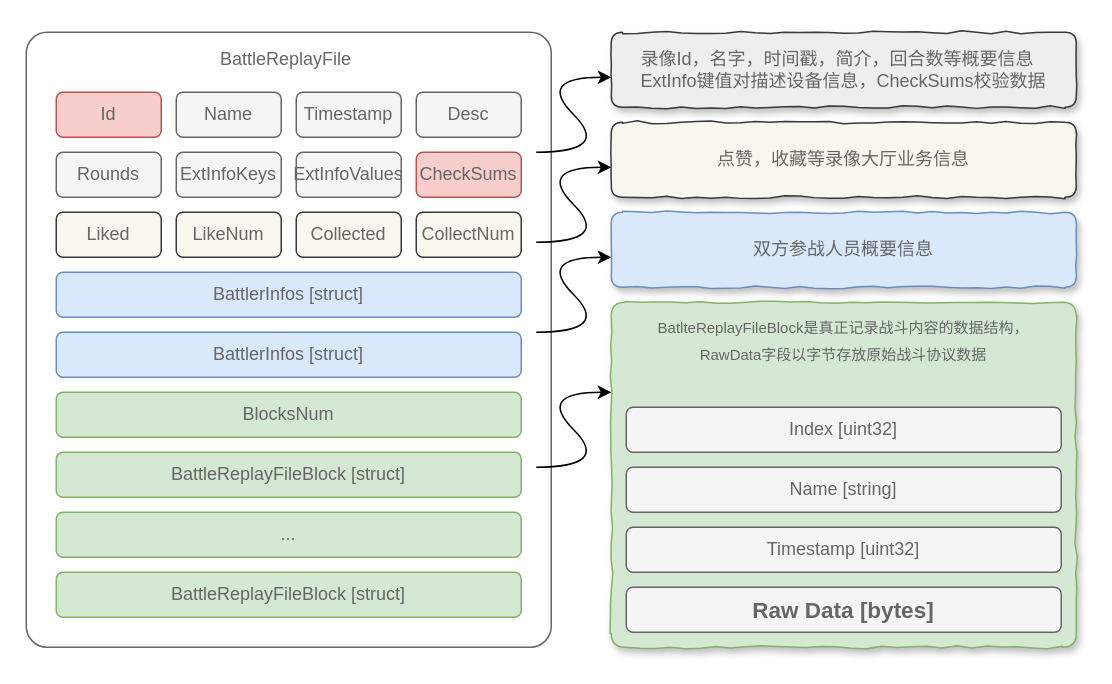
Above: ppt战斗录像文件解析.drawio in leoin2012/draw.io.files (draw.io), before the change. Source tidied: cells renumbered, new cells numbered last; positions are measured from the earlier drawing's top-left corner, leaving out a move shared by most shapes. Both pictures are drawn from the tidied source at 150%, with x=0, y=0 at pixel (26, 32).
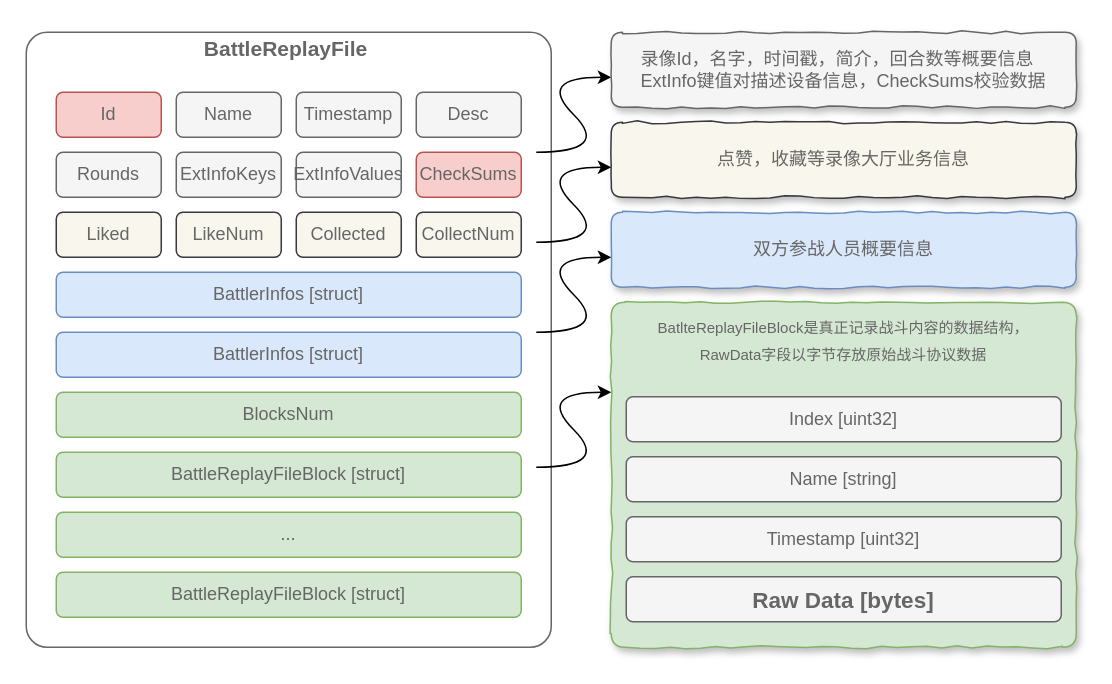
Above is the later version.

Commit message (it also covers changes not shown here):
更新ppt战斗录像文件解析.drawio

Change to the diagram source:
```diff
@@
-    <mxCell id="2" value="&lt;font color=&quot;#666666&quot;&gt;BattleReplayFile&amp;nbsp;&lt;br&gt;&lt;br&gt;&lt;br&gt;&lt;br&gt;&lt;br&gt;&lt;br&gt;&lt;br&gt;&lt;br&gt;&lt;br&gt;&lt;br&gt;&lt;br&gt;&lt;br&gt;&lt;br&gt;&lt;br&gt;&lt;br&gt;&lt;br&gt;&lt;br&gt;&lt;br&gt;&lt;br&gt;&lt;br&gt;&lt;br&gt;&lt;br&gt;&lt;br&gt;&lt;br&gt;&lt;br&gt;&lt;br&gt;&lt;br&gt;&lt;/font&gt;" style="rounded=1;whiteSpace=wrap;html=1;arcSize=4;fillColor=none;strokeColor=#666666;fontColor=#333333;" parent="1" vertex="1">
+    <mxCell id="2" value="&lt;font color=&quot;#666666&quot;&gt;&lt;b&gt;&lt;font style=&quot;font-size: 14px&quot;&gt;BattleReplayFile&lt;/font&gt;&lt;/b&gt;&amp;nbsp;&lt;br&gt;&lt;br&gt;&lt;br&gt;&lt;br&gt;&lt;br&gt;&lt;br&gt;&lt;br&gt;&lt;br&gt;&lt;br&gt;&lt;br&gt;&lt;br&gt;&lt;br&gt;&lt;br&gt;&lt;br&gt;&lt;br&gt;&lt;br&gt;&lt;br&gt;&lt;br&gt;&lt;br&gt;&lt;br&gt;&lt;br&gt;&lt;br&gt;&lt;br&gt;&lt;br&gt;&lt;br&gt;&lt;br&gt;&lt;br&gt;&lt;br&gt;&lt;/font&gt;" style="rounded=1;whiteSpace=wrap;html=1;arcSize=4;fillColor=none;strokeColor=#666666;fontColor=#333333;" parent="1" vertex="1">
       <mxGeometry width="350" height="410" as="geometry" />
     </mxCell>
@@
-    <mxCell id="15" value="&lt;div style=&quot;text-align: left&quot;&gt;&lt;span style=&quot;color: rgb(102 , 102 , 102)&quot;&gt;录像Id，名字，时间戳，简介，回合数等概要信息&lt;/span&gt;&lt;/div&gt;&lt;font color=&quot;#666666&quot;&gt;&lt;div style=&quot;text-align: left&quot;&gt;&lt;span&gt;ExtInfo键值对描述设备信息，CheckSums校验数据&lt;/span&gt;&lt;/div&gt;&lt;/font&gt;" style="text;html=1;align=center;verticalAlign=middle;whiteSpace=wrap;rounded=1;shadow=1;comic=1;glass=0;fillColor=#eeeeee;strokeColor=#36393d;" parent="1" vertex="1">
+    <mxCell id="15" value="&lt;div style=&quot;text-align: left&quot;&gt;&lt;span style=&quot;color: rgb(102 , 102 , 102)&quot;&gt;录像Id，名字，时间戳，简介，回合数等概要信息&lt;/span&gt;&lt;/div&gt;&lt;font color=&quot;#666666&quot;&gt;&lt;div style=&quot;text-align: left&quot;&gt;&lt;span&gt;ExtInfo键值对描述设备信息，CheckSums校验数据&lt;/span&gt;&lt;/div&gt;&lt;/font&gt;" style="text;html=1;align=center;verticalAlign=middle;whiteSpace=wrap;rounded=1;shadow=1;comic=1;glass=0;fillColor=#f5f5f5;strokeColor=#666666;fontColor=#333333;" parent="1" vertex="1">
       <mxGeometry x="390" width="310" height="50" as="geometry" />
     </mxCell>
@@
     <mxCell id="25" value="&lt;font color=&quot;#666666&quot;&gt;Index [uint32]&lt;/font&gt;" style="rounded=1;whiteSpace=wrap;html=1;fillColor=#f5f5f5;strokeColor=#666666;comic=0;fontColor=#333333;" parent="1" vertex="1">
-      <mxGeometry x="400" y="250" width="290" height="30" as="geometry" />
+      <mxGeometry x="400" y="243" width="290" height="30" as="geometry" />
     </mxCell>
     <mxCell id="26" value="&lt;font color=&quot;#666666&quot;&gt;Name [string]&lt;/font&gt;" style="rounded=1;whiteSpace=wrap;html=1;fillColor=#f5f5f5;strokeColor=#666666;comic=0;fontColor=#333333;" parent="1" vertex="1">
-      <mxGeometry x="400" y="290" width="290" height="30" as="geometry" />
+      <mxGeometry x="400" y="283" width="290" height="30" as="geometry" />
     </mxCell>
     <mxCell id="27" value="&lt;font color=&quot;#666666&quot;&gt;Timestamp [uint32]&lt;/font&gt;" style="rounded=1;whiteSpace=wrap;html=1;fillColor=#f5f5f5;strokeColor=#666666;comic=0;fontColor=#333333;" parent="1" vertex="1">
-      <mxGeometry x="400" y="330" width="290" height="30" as="geometry" />
+      <mxGeometry x="400" y="323" width="290" height="30" as="geometry" />
     </mxCell>
     <mxCell id="28" value="&lt;b&gt;&lt;font color=&quot;#666666&quot; style=&quot;font-size: 15px&quot;&gt;Raw Data [bytes]&lt;/font&gt;&lt;/b&gt;" style="rounded=1;whiteSpace=wrap;html=1;fillColor=#f5f5f5;strokeColor=#666666;comic=0;fontColor=#333333;" parent="1" vertex="1">
-      <mxGeometry x="400" y="370" width="290" height="30" as="geometry" />
+      <mxGeometry x="400" y="363" width="290" height="30" as="geometry" />
     </mxCell>
```
